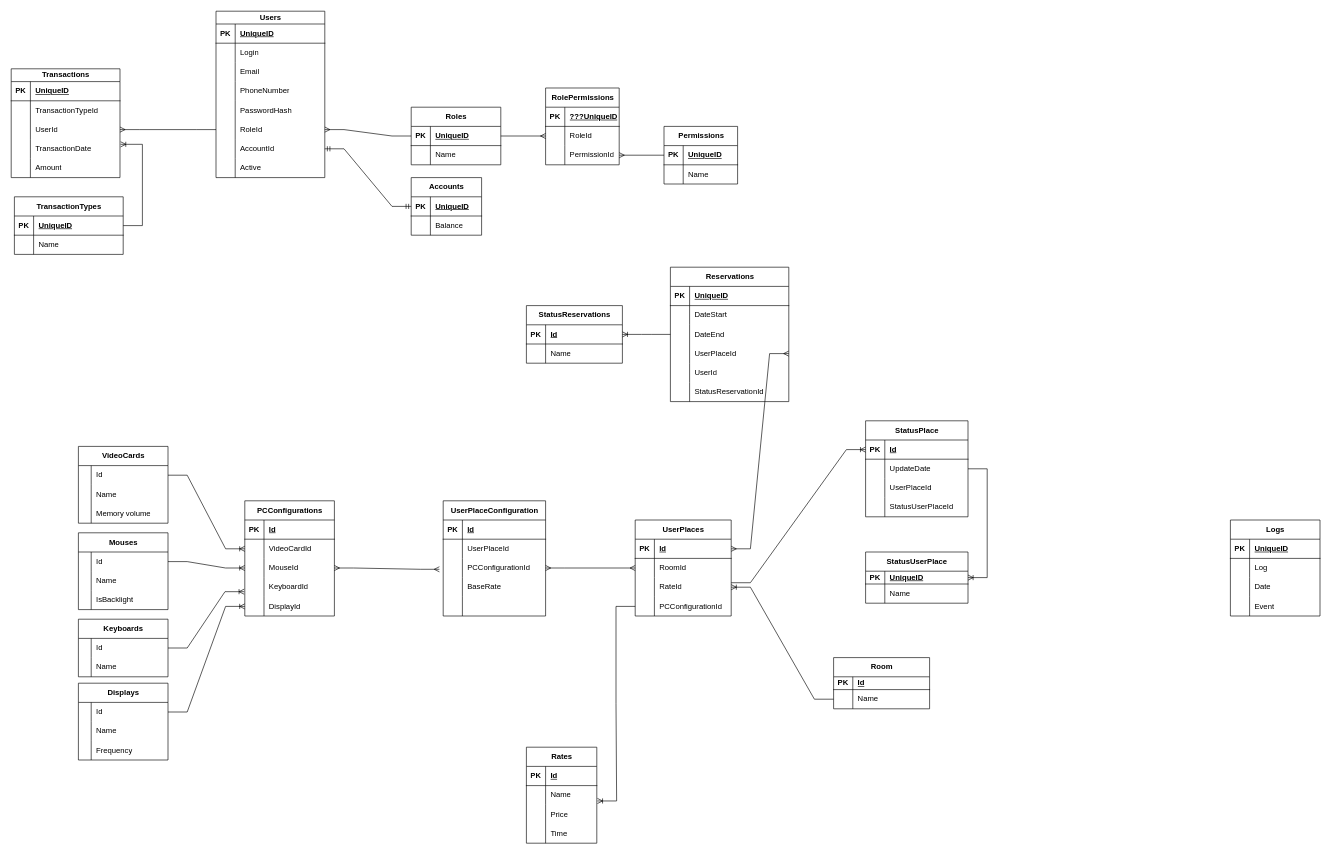
Above: ER night-meerkats.drawio in IIeasyII/night-meerkats (draw.io), before the change. Source tidied: cells renumbered, new cells numbered last; positions are measured from the earlier drawing's top-left corner, leaving out a move shared by most shapes. Both pictures are drawn from the tidied source at 64%, with x=0, y=0 at pixel (11, 11).
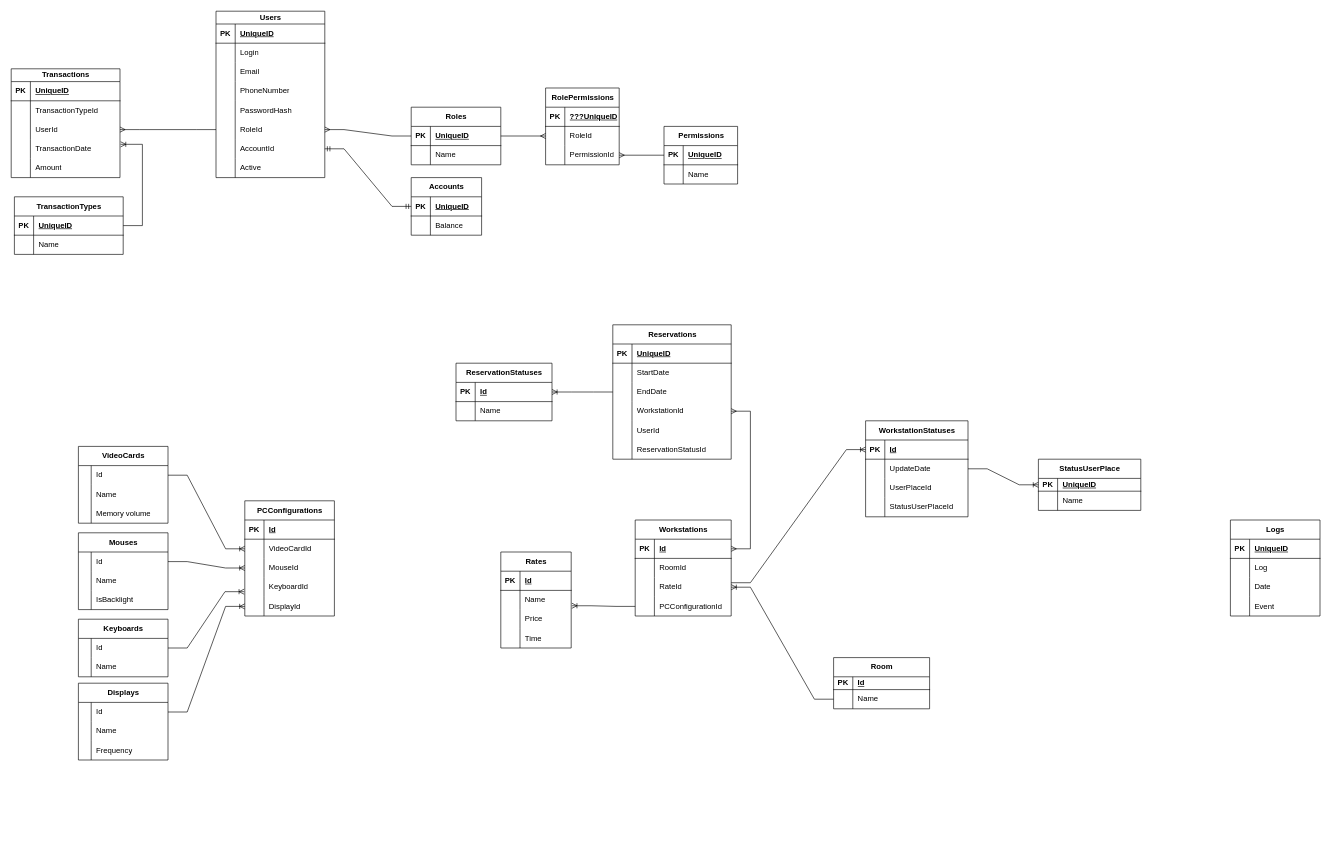
Above is the later version.

Unchanged cells that the change refers to:
```xml
<mxCell id="55" style="shape=tableRow;horizontal=0;startSize=0;swimlaneHead=0;swimlaneBody=0;fillColor=none;points=[[0,0.5],[1,0.5]];portConstraint=eastwest;top=0;left=0;right=0;bottom=0;" parent="48" vertex="1">
  <mxGeometry y="90" width="140" height="30" as="geometry" />
</mxCell>
<mxCell id="88" style="shape=tableRow;horizontal=0;startSize=0;swimlaneHead=0;swimlaneBody=0;fillColor=none;points=[[0,0.5],[1,0.5]];portConstraint=eastwest;top=0;left=0;right=0;bottom=0;" parent="84" vertex="1">
  <mxGeometry y="60" width="150" height="30" as="geometry" />
</mxCell>
<mxCell id="134" style="shape=tableRow;horizontal=0;startSize=0;swimlaneHead=0;swimlaneBody=0;fillColor=none;top=0;left=0;right=0;bottom=0;" parent="130" vertex="1">
  <mxGeometry y="60" width="185" height="30" as="geometry" />
</mxCell>
<mxCell id="137" style="shape=tableRow;horizontal=0;startSize=0;swimlaneHead=0;swimlaneBody=0;fillColor=none;top=0;left=0;right=0;bottom=0;" parent="130" vertex="1">
  <mxGeometry y="90" width="185" height="30" as="geometry" />
</mxCell>
<mxCell id="140" style="shape=tableRow;horizontal=0;startSize=0;swimlaneHead=0;swimlaneBody=0;fillColor=none;points=[[0,0.5],[1,0.5]];portConstraint=eastwest;top=0;left=0;right=0;bottom=0;" parent="130" vertex="1">
  <mxGeometry y="120" width="185" height="30" as="geometry" />
</mxCell>
<mxCell id="146" style="shape=tableRow;horizontal=0;startSize=0;swimlaneHead=0;swimlaneBody=0;fillColor=none;top=0;left=0;right=0;bottom=0;" parent="130" vertex="1">
  <mxGeometry y="180" width="185" height="30" as="geometry" />
</mxCell>
```

What changed in the source:
```diff
@@
     <mxCell id="64" value="Rates" style="shape=table;startSize=30;childLayout=tableLayout;rowLines=0;fontStyle=1;align=center;html=1;" parent="1" vertex="1">
-      <mxGeometry x="805" y="1150" width="110" height="150" as="geometry" />
+      <mxGeometry x="765" y="845" width="110" height="150" as="geometry" />
     </mxCell>
@@
-    <mxCell id="84" value="UserPlaces" style="shape=table;startSize=30;childLayout=tableLayout;rowLines=0;fontStyle=1;align=center;html=1;" parent="1" vertex="1">
+    <mxCell id="84" value="Workstations" style="shape=table;startSize=30;childLayout=tableLayout;rowLines=0;fontStyle=1;align=center;html=1;" parent="1" vertex="1">
       <mxGeometry x="975" y="795" width="150" height="150" as="geometry" />
     </mxCell>
@@
-    <mxCell id="97" value="StatusPlace" style="shape=table;startSize=30;childLayout=tableLayout;rowLines=0;fontStyle=1;align=center;html=1;" parent="1" vertex="1">
+    <mxCell id="97" value="WorkstationStatuses" style="shape=table;startSize=30;childLayout=tableLayout;rowLines=0;fontStyle=1;align=center;html=1;" parent="1" vertex="1">
       <mxGeometry x="1335" y="640" width="160" height="150" as="geometry" />
     </mxCell>
@@
     <mxCell id="123" value="StatusUserPlace" style="shape=table;startSize=30;childLayout=tableLayout;rowLines=0;fontStyle=1;align=center;html=1;" parent="1" vertex="1">
-      <mxGeometry x="1335" y="845" width="160" height="80" as="geometry" />
+      <mxGeometry x="1605" y="700" width="160" height="80" as="geometry" />
     </mxCell>
@@
     <mxCell id="130" value="Reservations" style="shape=table;startSize=30;childLayout=tableLayout;rowLines=0;fontStyle=1;align=center;html=1;" parent="1" vertex="1">
-      <mxGeometry x="1030" y="400" width="185" height="210" as="geometry" />
+      <mxGeometry x="940" y="490" width="185" height="210" as="geometry" />
     </mxCell>
@@
-    <mxCell id="136" value="DateStart" style="shape=partialRectangle;fillColor=none;top=0;left=0;bottom=0;right=0;align=left;spacingLeft=6;overflow=hidden;whiteSpace=wrap;html=1;" parent="134" vertex="1">
+    <mxCell id="136" value="StartDate" style="shape=partialRectangle;fillColor=none;top=0;left=0;bottom=0;right=0;align=left;spacingLeft=6;overflow=hidden;whiteSpace=wrap;html=1;" parent="134" vertex="1">
       <mxGeometry x="30" width="155" height="30" as="geometry" />
     </mxCell>
@@
-    <mxCell id="139" value="DateEnd" style="shape=partialRectangle;fillColor=none;top=0;left=0;bottom=0;right=0;align=left;spacingLeft=6;overflow=hidden;whiteSpace=wrap;html=1;" parent="137" vertex="1">
+    <mxCell id="139" value="EndDate" style="shape=partialRectangle;fillColor=none;top=0;left=0;bottom=0;right=0;align=left;spacingLeft=6;overflow=hidden;whiteSpace=wrap;html=1;" parent="137" vertex="1">
       <mxGeometry x="30" width="155" height="30" as="geometry" />
     </mxCell>
@@
-    <mxCell id="142" value="UserPlaceId" style="shape=partialRectangle;fillColor=none;top=0;left=0;bottom=0;right=0;align=left;spacingLeft=6;overflow=hidden;whiteSpace=wrap;html=1;" parent="140" vertex="1">
+    <mxCell id="142" value="WorkstationId" style="shape=partialRectangle;fillColor=none;top=0;left=0;bottom=0;right=0;align=left;spacingLeft=6;overflow=hidden;whiteSpace=wrap;html=1;" parent="140" vertex="1">
       <mxGeometry x="30" width="155" height="30" as="geometry" />
     </mxCell>
@@
-    <mxCell id="148" value="StatusReservationId" style="shape=partialRectangle;fillColor=none;top=0;left=0;bottom=0;right=0;align=left;spacingLeft=6;overflow=hidden;whiteSpace=wrap;html=1;" parent="146" vertex="1">
+    <mxCell id="148" value="ReservationStatusId" style="shape=partialRectangle;fillColor=none;top=0;left=0;bottom=0;right=0;align=left;spacingLeft=6;overflow=hidden;whiteSpace=wrap;html=1;" parent="146" vertex="1">
       <mxGeometry x="30" width="155" height="30" as="geometry" />
     </mxCell>
-    <mxCell id="149" value="StatusReservations" style="shape=table;startSize=30;childLayout=tableLayout;rowLines=0;fontStyle=1;align=center;html=1;" parent="1" vertex="1">
-      <mxGeometry x="805" y="460" width="150" height="90" as="geometry" />
+    <mxCell id="149" value="ReservationStatuses" style="shape=table;startSize=30;childLayout=tableLayout;rowLines=0;fontStyle=1;align=center;html=1;" parent="1" vertex="1">
+      <mxGeometry x="695" y="550" width="150" height="90" as="geometry" />
     </mxCell>
@@
-    <mxCell id="229" value="UserPlaceConfiguration" style="shape=table;startSize=30;childLayout=tableLayout;rowLines=0;fontStyle=1;align=center;html=1;" parent="1" vertex="1">
-      <mxGeometry x="675" y="765" width="160" height="180" as="geometry" />
-    </mxCell>
-    <mxCell id="230" style="shape=tableRow;horizontal=0;startSize=0;swimlaneHead=0;swimlaneBody=0;fillColor=none;top=0;left=0;right=0;bottom=1;" parent="229" vertex="1">
-      <mxGeometry y="30" width="160" height="30" as="geometry" />
-    </mxCell>
-    <mxCell id="231" value="PK" style="shape=partialRectangle;fillColor=none;top=0;left=0;bottom=0;right=0;fontStyle=1;overflow=hidden;whiteSpace=wrap;html=1;" parent="230" vertex="1">
-      <mxGeometry width="30" height="30" as="geometry" />
-    </mxCell>
-    <mxCell id="232" value="Id" style="shape=partialRectangle;fillColor=none;top=0;left=0;bottom=0;right=0;align=left;spacingLeft=6;fontStyle=5;overflow=hidden;whiteSpace=wrap;html=1;" parent="230" vertex="1">
-      <mxGeometry x="30" width="130" height="30" as="geometry" />
-    </mxCell>
-    <mxCell id="233" style="shape=tableRow;horizontal=0;startSize=0;swimlaneHead=0;swimlaneBody=0;fillColor=none;top=0;left=0;right=0;bottom=0;" parent="229" vertex="1">
-      <mxGeometry y="60" width="160" height="30" as="geometry" />
-    </mxCell>
-    <mxCell id="234" style="shape=partialRectangle;fillColor=none;top=0;left=0;bottom=0;right=0;overflow=hidden;whiteSpace=wrap;html=1;" parent="233" vertex="1">
-      <mxGeometry width="30" height="30" as="geometry" />
-    </mxCell>
-    <mxCell id="235" value="UserPlaceId" style="shape=partialRectangle;fillColor=none;top=0;left=0;bottom=0;right=0;align=left;spacingLeft=6;overflow=hidden;whiteSpace=wrap;html=1;" parent="233" vertex="1">
-      <mxGeometry x="30" width="130" height="30" as="geometry" />
-    </mxCell>
-    <mxCell id="236" style="shape=tableRow;horizontal=0;startSize=0;swimlaneHead=0;swimlaneBody=0;fillColor=none;points=[[0,0.5],[1,0.5]];portConstraint=eastwest;top=0;left=0;right=0;bottom=0;" parent="229" vertex="1">
-      <mxGeometry y="90" width="160" height="30" as="geometry" />
-    </mxCell>
-    <mxCell id="237" style="shape=partialRectangle;fillColor=none;top=0;left=0;bottom=0;right=0;overflow=hidden;whiteSpace=wrap;html=1;" parent="236" vertex="1">
-      <mxGeometry width="30" height="30" as="geometry" />
-    </mxCell>
-    <mxCell id="238" value="PCConfigurationId" style="shape=partialRectangle;fillColor=none;top=0;left=0;bottom=0;right=0;align=left;spacingLeft=6;overflow=hidden;whiteSpace=wrap;html=1;" parent="236" vertex="1">
-      <mxGeometry x="30" width="130" height="30" as="geometry" />
-    </mxCell>
-    <mxCell id="239" style="shape=tableRow;horizontal=0;startSize=0;swimlaneHead=0;swimlaneBody=0;fillColor=none;top=0;left=0;right=0;bottom=0;" parent="229" vertex="1">
-      <mxGeometry y="120" width="160" height="30" as="geometry" />
-    </mxCell>
-    <mxCell id="240" style="shape=partialRectangle;fillColor=none;top=0;left=0;bottom=0;right=0;overflow=hidden;whiteSpace=wrap;html=1;" parent="239" vertex="1">
-      <mxGeometry width="30" height="30" as="geometry" />
-    </mxCell>
-    <mxCell id="241" value="BaseRate" style="shape=partialRectangle;fillColor=none;top=0;left=0;bottom=0;right=0;align=left;spacingLeft=6;overflow=hidden;whiteSpace=wrap;html=1;" parent="239" vertex="1">
-      <mxGeometry x="30" width="130" height="30" as="geometry" />
-    </mxCell>
-    <mxCell id="242" style="shape=tableRow;horizontal=0;startSize=0;swimlaneHead=0;swimlaneBody=0;fillColor=none;top=0;left=0;right=0;bottom=0;" parent="229" vertex="1">
-      <mxGeometry y="150" width="160" height="30" as="geometry" />
-    </mxCell>
-    <mxCell id="243" style="shape=partialRectangle;fillColor=none;top=0;left=0;bottom=0;right=0;overflow=hidden;whiteSpace=wrap;html=1;" parent="242" vertex="1">
-      <mxGeometry width="30" height="30" as="geometry" />
-    </mxCell>
-    <mxCell id="244" style="shape=partialRectangle;fillColor=none;top=0;left=0;bottom=0;right=0;align=left;spacingLeft=6;overflow=hidden;whiteSpace=wrap;html=1;" parent="242" vertex="1">
-      <mxGeometry x="30" width="130" height="30" as="geometry" />
-    </mxCell>
-    <mxCell id="245" style="edgeStyle=entityRelationEdgeStyle;fontSize=12;html=1;endArrow=ERmany;startArrow=ERmany;rounded=0;entryX=-0.037;entryY=0.567;entryDx=0;entryDy=0;entryPerimeter=0;" parent="1" edge="1" source="55" target="236">
-      <mxGeometry relative="1" as="geometry" />
-    </mxCell>
-    <mxCell id="246" style="edgeStyle=entityRelationEdgeStyle;fontSize=12;html=1;endArrow=ERmany;startArrow=ERmany;rounded=0;exitX=1;exitY=0.5;exitDx=0;exitDy=0;entryX=0;entryY=0.5;entryDx=0;entryDy=0;" parent="1" edge="1" source="236" target="88">
-      <mxGeometry relative="1" as="geometry" />
-    </mxCell>
```
